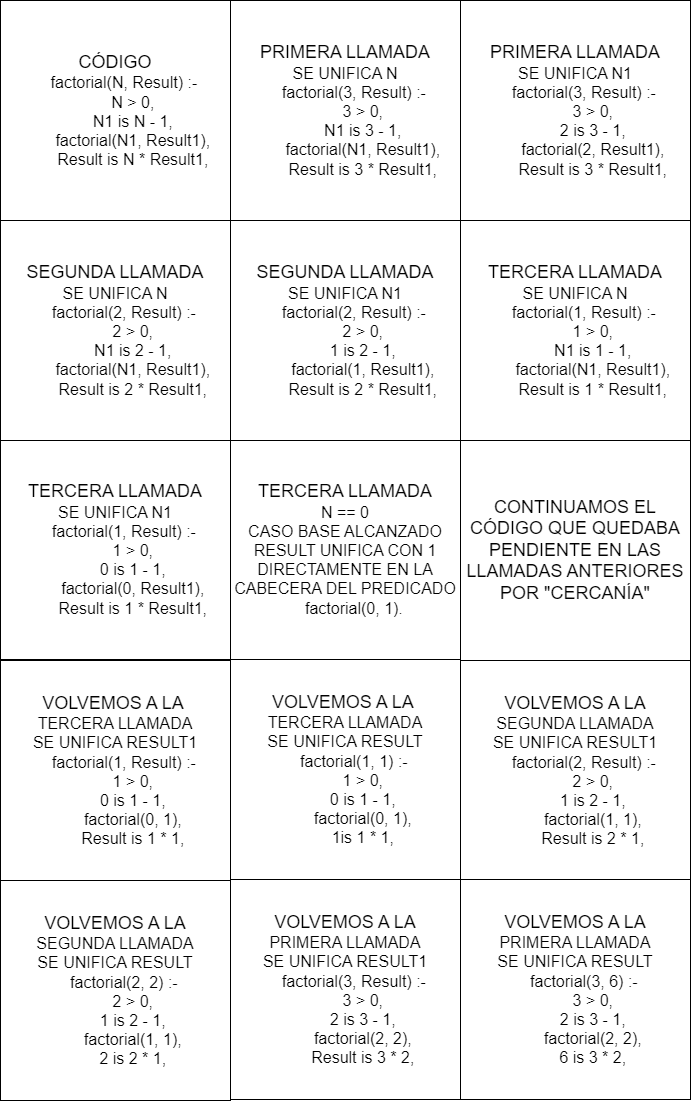
The draw.io diagram Intermedio/imagenes/factorial.png in VindioVV/TFG, before a commit. Source tidied: cells renumbered, new cells last; positions are measured from the earlier drawing's top-left corner, leaving out a move shared by most shapes.
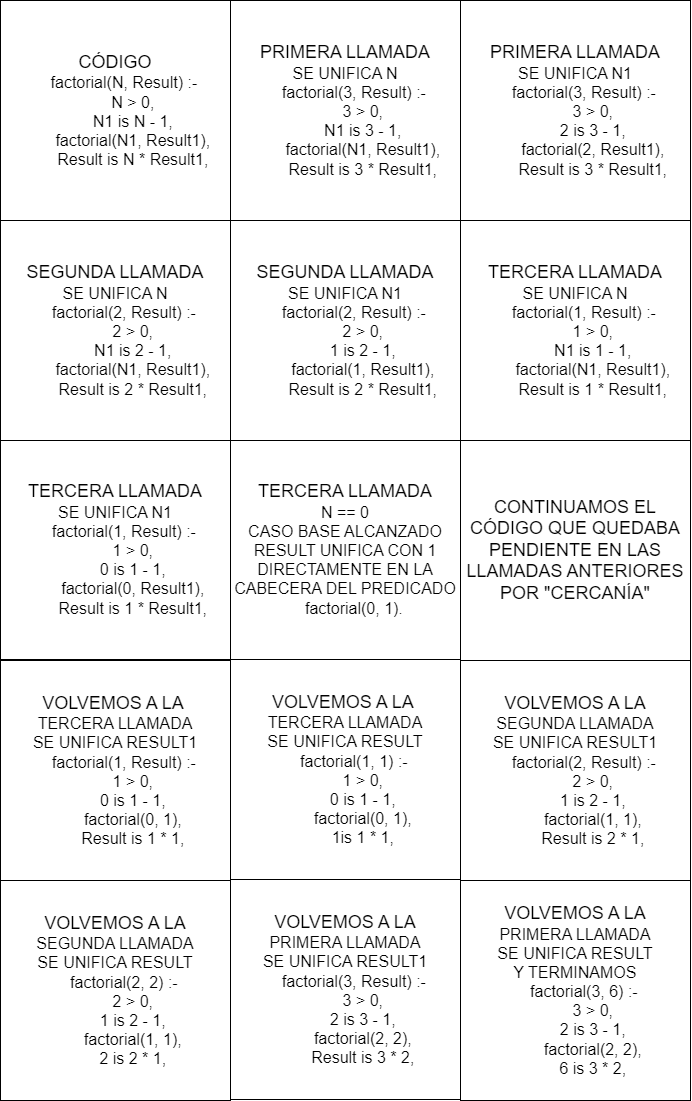
After the commit.

Change to the diagram source:
```diff
@@ -44,8 +44,8 @@
     <mxCell id="15" value="&lt;div&gt;&lt;font style=&quot;font-size: 18px;&quot;&gt;VOLVEMOS A LA&lt;/font&gt;&lt;/div&gt;&lt;div&gt;&lt;font size=&quot;3&quot;&gt;PRIMERA LLAMADA&lt;/font&gt;&lt;/div&gt;&lt;div&gt;&lt;font size=&quot;3&quot;&gt;SE UNIFICA RESULT1&lt;/font&gt;&lt;/div&gt;&lt;div&gt;&lt;font size=&quot;3&quot;&gt;&amp;nbsp; &amp;nbsp; factorial(3, Result) :-&lt;/font&gt;&lt;/div&gt;&lt;div&gt;&lt;font size=&quot;3&quot;&gt;&amp;nbsp; &amp;nbsp; &amp;nbsp; &amp;nbsp; 3 &amp;gt; 0,&lt;/font&gt;&lt;/div&gt;&lt;div&gt;&lt;font size=&quot;3&quot;&gt;&amp;nbsp; &amp;nbsp; &amp;nbsp; &amp;nbsp; 2 is 3 - 1,&lt;/font&gt;&lt;/div&gt;&lt;div&gt;&lt;font size=&quot;3&quot;&gt;&amp;nbsp; &amp;nbsp; &amp;nbsp; &amp;nbsp; factorial(2, 2),&lt;/font&gt;&lt;/div&gt;&lt;div&gt;&lt;font size=&quot;3&quot;&gt;&amp;nbsp; &amp;nbsp; &amp;nbsp; &amp;nbsp; Result is 3 * 2,&lt;/font&gt;&lt;/div&gt;" style="rounded=0;whiteSpace=wrap;html=1;" parent="1" vertex="1">
       <mxGeometry x="230" y="879" width="230" height="220" as="geometry" />
     </mxCell>
-    <mxCell id="16" value="&lt;div&gt;&lt;font style=&quot;font-size: 18px;&quot;&gt;VOLVEMOS A LA&lt;/font&gt;&lt;/div&gt;&lt;div&gt;&lt;font size=&quot;3&quot;&gt;PRIMERA LLAMADA&lt;/font&gt;&lt;/div&gt;&lt;div&gt;&lt;font size=&quot;3&quot;&gt;SE UNIFICA RESULT&lt;/font&gt;&lt;/div&gt;&lt;div&gt;&lt;font size=&quot;3&quot;&gt;&amp;nbsp; &amp;nbsp; factorial(3, 6) :-&lt;/font&gt;&lt;/div&gt;&lt;div&gt;&lt;font size=&quot;3&quot;&gt;&amp;nbsp; &amp;nbsp; &amp;nbsp; &amp;nbsp; 3 &amp;gt; 0,&lt;/font&gt;&lt;/div&gt;&lt;div&gt;&lt;font size=&quot;3&quot;&gt;&amp;nbsp; &amp;nbsp; &amp;nbsp; &amp;nbsp; 2 is 3 - 1,&lt;/font&gt;&lt;/div&gt;&lt;div&gt;&lt;font size=&quot;3&quot;&gt;&amp;nbsp; &amp;nbsp; &amp;nbsp; &amp;nbsp; factorial(2, 2),&lt;/font&gt;&lt;/div&gt;&lt;div&gt;&lt;font size=&quot;3&quot;&gt;&amp;nbsp; &amp;nbsp; &amp;nbsp; &amp;nbsp; 6 is 3 * 2,&lt;/font&gt;&lt;/div&gt;" style="rounded=0;whiteSpace=wrap;html=1;" parent="1" vertex="1">
-      <mxGeometry x="460" y="879" width="230" height="220" as="geometry" />
+    <mxCell id="16" value="&lt;div&gt;&lt;font style=&quot;font-size: 18px;&quot;&gt;VOLVEMOS A LA&lt;/font&gt;&lt;/div&gt;&lt;div&gt;&lt;font size=&quot;3&quot;&gt;PRIMERA LLAMADA&lt;/font&gt;&lt;/div&gt;&lt;div&gt;&lt;font size=&quot;3&quot;&gt;SE UNIFICA RESULT&lt;/font&gt;&lt;/div&gt;&lt;div&gt;&lt;font size=&quot;3&quot;&gt;Y TERMINAMOS&lt;/font&gt;&lt;/div&gt;&lt;div&gt;&lt;font size=&quot;3&quot;&gt;&amp;nbsp; &amp;nbsp; factorial(3, 6) :-&lt;/font&gt;&lt;/div&gt;&lt;div&gt;&lt;font size=&quot;3&quot;&gt;&amp;nbsp; &amp;nbsp; &amp;nbsp; &amp;nbsp; 3 &amp;gt; 0,&lt;/font&gt;&lt;/div&gt;&lt;div&gt;&lt;font size=&quot;3&quot;&gt;&amp;nbsp; &amp;nbsp; &amp;nbsp; &amp;nbsp; 2 is 3 - 1,&lt;/font&gt;&lt;/div&gt;&lt;div&gt;&lt;font size=&quot;3&quot;&gt;&amp;nbsp; &amp;nbsp; &amp;nbsp; &amp;nbsp; factorial(2, 2),&lt;/font&gt;&lt;/div&gt;&lt;div&gt;&lt;font size=&quot;3&quot;&gt;&amp;nbsp; &amp;nbsp; &amp;nbsp; &amp;nbsp; 6 is 3 * 2,&lt;/font&gt;&lt;/div&gt;" style="rounded=0;whiteSpace=wrap;html=1;" parent="1" vertex="1">
+      <mxGeometry x="460" y="880" width="230" height="220" as="geometry" />
     </mxCell>
   </root>
 </mxGraphModel>
```
